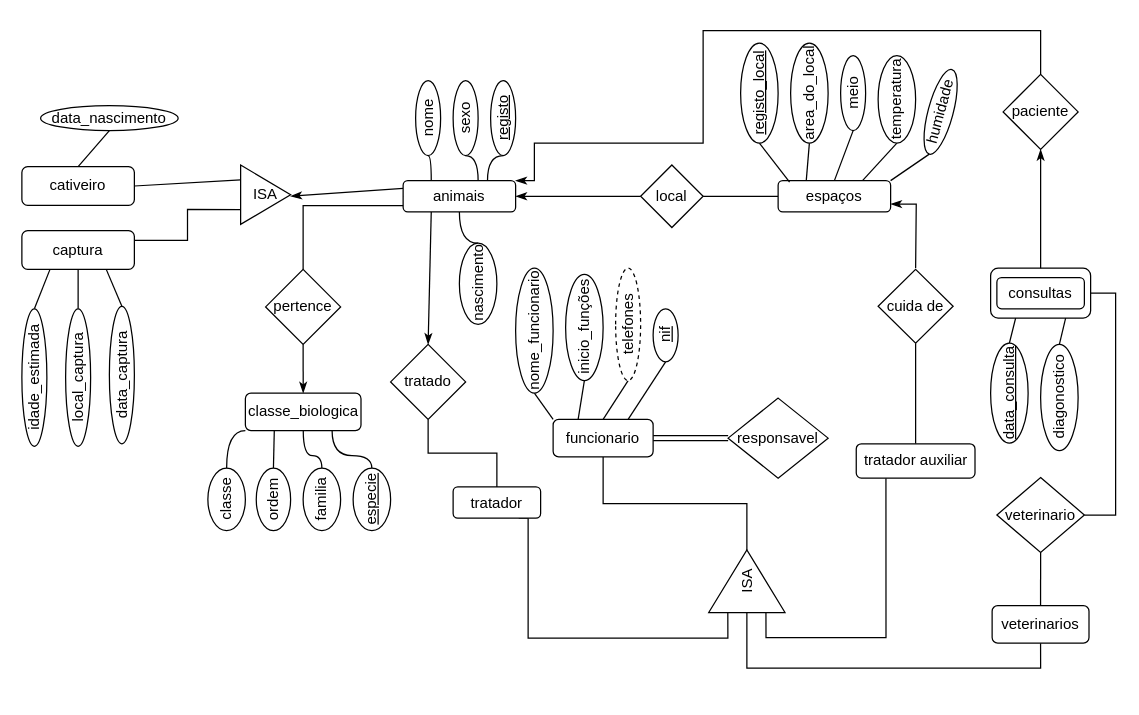
Earlier version of the draw.io diagram DiagramaE-R.drawio (GBarradas/BD_Work_2). Source tidied: cells renumbered, new cells numbered last; positions are measured from the earlier drawing's top-left corner, leaving out a move shared by most shapes. Both pictures are drawn from the tidied source at 125%, with x=0, y=0 at pixel (21, 30).
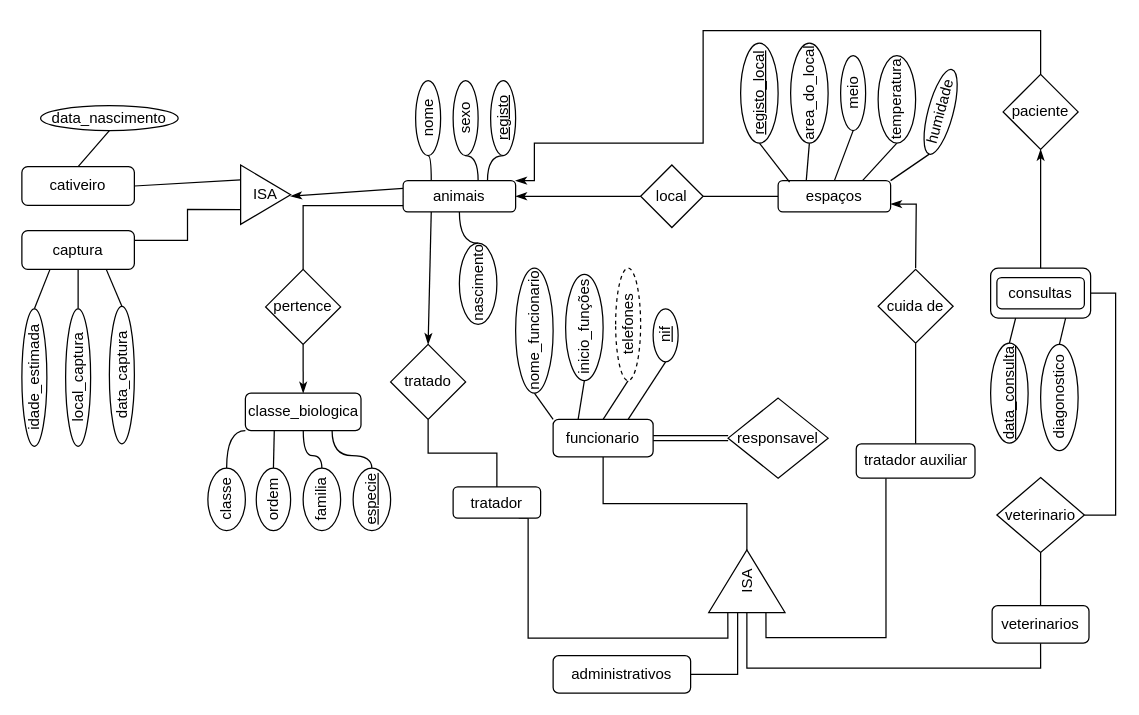
After the change.

The edit, as a diff of the source:
```diff
@@
-    <mxCell id="61" value="ISA" style="triangle;whiteSpace=wrap;html=1;rotation=-90;" parent="1" vertex="1">
+    <mxCell id="61" value="ISA" style="triangle;whiteSpace=wrap;html=1;rotation=-90;horizontal=1;" parent="1" vertex="1">
       <mxGeometry x="555" y="410" width="50" height="61" as="geometry" />
     </mxCell>
@@
+    <mxCell id="88" style="edgeStyle=orthogonalEdgeStyle;rounded=0;jettySize=auto;html=1;exitX=1;exitY=0.5;exitDx=0;exitDy=0;entryX=0.002;entryY=0.379;entryDx=0;entryDy=0;entryPerimeter=0;endArrow=none;endFill=0;" parent="1" edge="1" source="89" target="61">
+      <mxGeometry relative="1" as="geometry" />
+    </mxCell>
+    <mxCell id="89" value="administrativos" style="rounded=1;whiteSpace=wrap;html=1;" parent="1" vertex="1">
+      <mxGeometry x="425" y="500" width="110" height="30" as="geometry" />
+    </mxCell>
```
